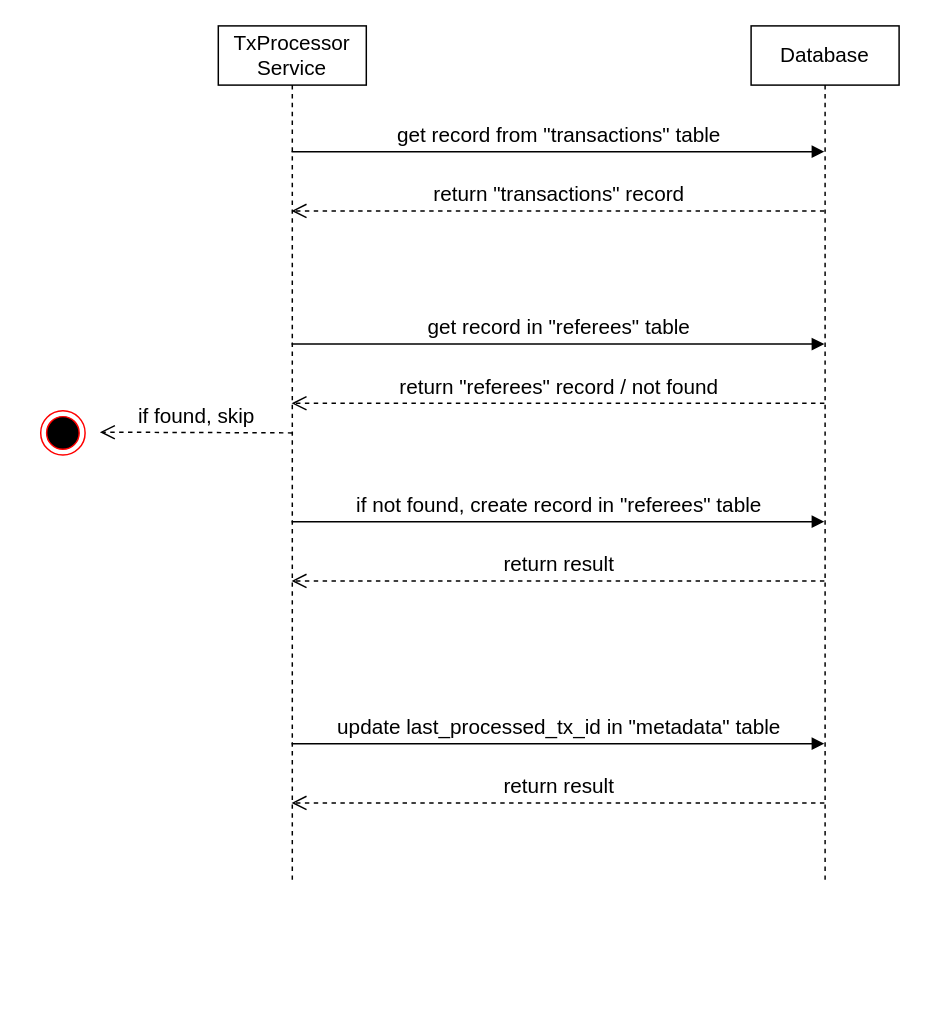
Before: referral-program-v2/[TxProcessor] [No referrer] Sequence Diagram.drawio in piavgh/draw.io-data, a draw.io diagram. Source tidied: cells renumbered, new cells numbered last; positions are measured from the earlier drawing's top-left corner, leaving out a move shared by most shapes. Both pictures are drawn from the tidied source at 148%, with x=0, y=0 at pixel (40, 25).
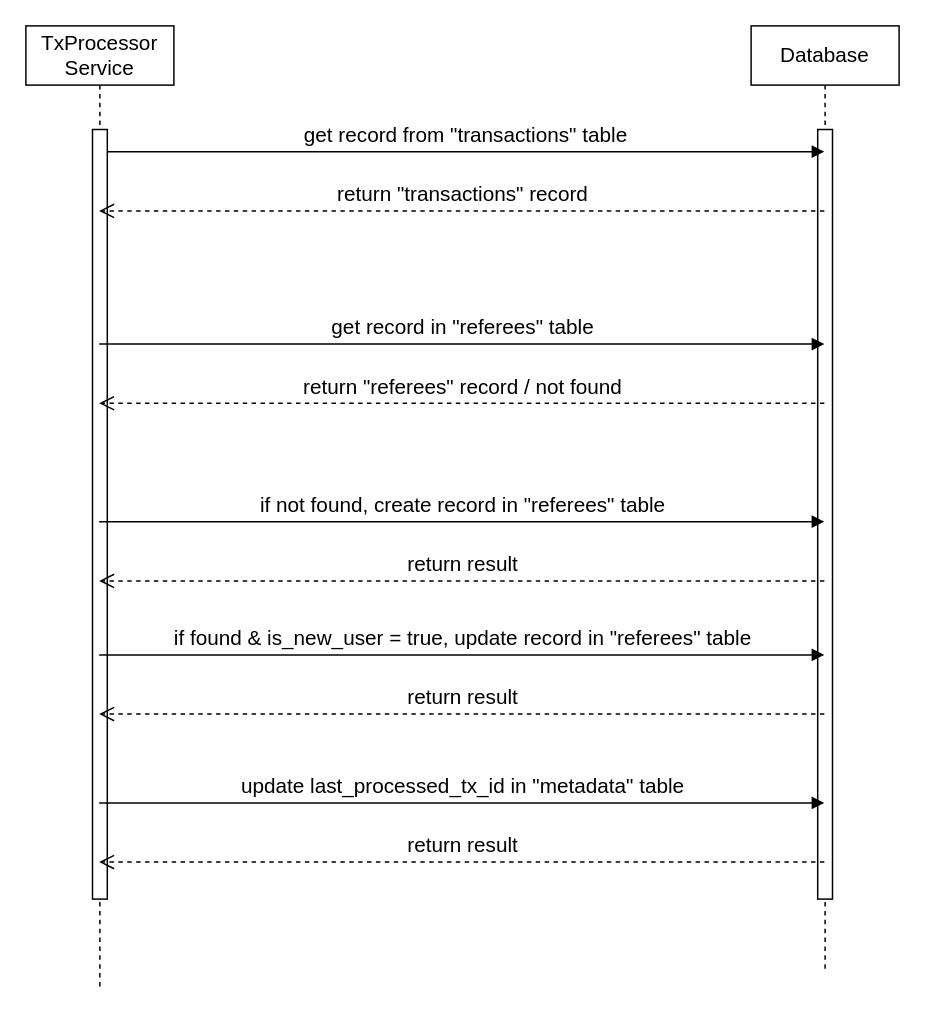
The same page after the edit.

What changed in the source:
```diff
@@
+    <mxCell id="3" value="Database" style="shape=umlLifeline;perimeter=lifelinePerimeter;whiteSpace=wrap;html=1;fontSize=14;" parent="1" vertex="1">
+      <mxGeometry x="480" width="100" height="640" as="geometry" />
+    </mxCell>
+    <mxCell id="14" style="html=1;perimeter=orthogonalPerimeter;" parent="1" vertex="1">
+      <mxGeometry x="525" y="70" width="10" height="520" as="geometry" />
+    </mxCell>
     <mxCell id="2" value="TxProcessor Service" style="shape=umlLifeline;perimeter=lifelinePerimeter;whiteSpace=wrap;html=1;outlineConnect=0;fontSize=14;" parent="1" vertex="1">
-      <mxGeometry x="120" width="100" height="580" as="geometry" />
+      <mxGeometry x="-10" width="100" height="650" as="geometry" />
     </mxCell>
-    <mxCell id="3" value="Database" style="shape=umlLifeline;perimeter=lifelinePerimeter;whiteSpace=wrap;html=1;fontSize=14;" parent="1" vertex="1">
-      <mxGeometry x="480" width="100" height="580" as="geometry" />
-    </mxCell>
+    <mxCell id="15" style="html=1;points=[];perimeter=orthogonalPerimeter;" parent="1" vertex="1">
+      <mxGeometry x="35" y="70" width="10" height="520" as="geometry" />
+    </mxCell>
-    <mxCell id="4" value="get record from &quot;transactions&quot; table" style="html=1;verticalAlign=bottom;endArrow=block;rounded=0;fontSize=14;" parent="1" edge="1">
+    <mxCell id="4" value="get record from &quot;transactions&quot; table" style="html=1;verticalAlign=bottom;endArrow=block;rounded=0;fontSize=14;startArrow=none;" parent="1" edge="1" source="15">
       <mxGeometry relative="1" as="geometry">
-        <mxPoint x="169.5" y="85" as="sourcePoint" />
         <mxPoint x="529.5" y="85" as="targetPoint" />
       </mxGeometry>
     </mxCell>
-    <mxCell id="5" value="return &quot;transactions&quot; record" style="html=1;verticalAlign=bottom;endArrow=open;dashed=1;endSize=8;rounded=0;fontSize=14;" parent="1" edge="1">
+    <mxCell id="5" value="return &quot;transactions&quot; record" style="html=1;verticalAlign=bottom;endArrow=open;dashed=1;endSize=8;rounded=0;fontSize=14;" parent="1" edge="1" target="2">
       <mxGeometry relative="1" as="geometry">
         <mxPoint x="529.5" y="125" as="sourcePoint" />
-        <mxPoint x="169.5" y="125" as="targetPoint" />
       </mxGeometry>
     </mxCell>
-    <mxCell id="6" value="return &quot;referees&quot; record / not found" style="html=1;verticalAlign=bottom;endArrow=open;dashed=1;endSize=8;rounded=0;fontSize=14;" parent="1" edge="1">
+    <mxCell id="6" value="return &quot;referees&quot; record / not found" style="html=1;verticalAlign=bottom;endArrow=open;dashed=1;endSize=8;rounded=0;fontSize=14;" parent="1" edge="1" target="2">
       <mxGeometry relative="1" as="geometry">
         <mxPoint x="529.5" y="255" as="sourcePoint" />
-        <mxPoint x="169.5" y="255" as="targetPoint" />
       </mxGeometry>
     </mxCell>
-    <mxCell id="7" value="get record in &quot;referees&quot; table" style="html=1;verticalAlign=bottom;endArrow=block;rounded=0;fontSize=14;" parent="1" edge="1">
+    <mxCell id="7" value="get record in &quot;referees&quot; table" style="html=1;verticalAlign=bottom;endArrow=block;rounded=0;fontSize=14;" parent="1" edge="1" source="2">
       <mxGeometry relative="1" as="geometry">
-        <mxPoint x="169.5" y="215" as="sourcePoint" />
         <mxPoint x="529.5" y="215" as="targetPoint" />
       </mxGeometry>
     </mxCell>
     <mxCell id="8" value="update last_processed_tx_id in &quot;metadata&quot; table" style="html=1;verticalAlign=bottom;endArrow=block;rounded=0;fontSize=14;" parent="1" edge="1">
       <mxGeometry relative="1" as="geometry">
-        <mxPoint x="169.5" y="485" as="sourcePoint" />
-        <mxPoint x="529.5" y="485" as="targetPoint" />
+        <mxPoint x="39.5" y="525" as="sourcePoint" />
+        <mxPoint x="529.5" y="525" as="targetPoint" />
       </mxGeometry>
     </mxCell>
     <mxCell id="9" value="return result" style="html=1;verticalAlign=bottom;endArrow=open;dashed=1;endSize=8;rounded=0;fontSize=14;" parent="1" edge="1">
       <mxGeometry relative="1" as="geometry">
-        <mxPoint x="529.5" y="525" as="sourcePoint" />
-        <mxPoint x="169.5" y="525" as="targetPoint" />
+        <mxPoint x="529.5" y="565" as="sourcePoint" />
+        <mxPoint x="39.5" y="565" as="targetPoint" />
       </mxGeometry>
     </mxCell>
-    <mxCell id="10" style="ellipse;html=1;shape=endState;fillColor=#000000;strokeColor=#ff0000;" parent="1" vertex="1">
-      <mxGeometry y="260" width="30" height="30" as="geometry" />
-    </mxCell>
-    <mxCell id="11" value="if found, skip" style="html=1;verticalAlign=bottom;endArrow=open;dashed=1;endSize=8;rounded=0;fontSize=14;" parent="1" edge="1">
-      <mxGeometry relative="1" as="geometry">
-        <mxPoint x="170" y="275" as="sourcePoint" />
-        <mxPoint x="40" y="274.5" as="targetPoint" />
-      </mxGeometry>
-    </mxCell>
-    <mxCell id="12" value="if not found, create record in &quot;referees&quot; table" style="html=1;verticalAlign=bottom;endArrow=block;rounded=0;fontSize=14;" parent="1" edge="1">
+    <mxCell id="12" value="if not found, create record in &quot;referees&quot; table" style="html=1;verticalAlign=bottom;endArrow=block;rounded=0;fontSize=14;" parent="1" edge="1" source="2">
       <mxGeometry relative="1" as="geometry">
-        <mxPoint x="169.5" y="335" as="sourcePoint" />
         <mxPoint x="529.5" y="335" as="targetPoint" />
       </mxGeometry>
     </mxCell>
-    <mxCell id="13" value="return result" style="html=1;verticalAlign=bottom;endArrow=open;dashed=1;endSize=8;rounded=0;fontSize=14;" parent="1" edge="1">
+    <mxCell id="13" value="return result" style="html=1;verticalAlign=bottom;endArrow=open;dashed=1;endSize=8;rounded=0;fontSize=14;" parent="1" edge="1" target="2">
       <mxGeometry relative="1" as="geometry">
         <mxPoint x="529.5" y="375" as="sourcePoint" />
-        <mxPoint x="169.5" y="375" as="targetPoint" />
       </mxGeometry>
     </mxCell>
+    <mxCell id="16" value="if found &amp;amp; is_new_user = true, update record in &quot;referees&quot; table" style="html=1;verticalAlign=bottom;endArrow=block;rounded=0;fontSize=14;" parent="1" edge="1" source="2">
+      <mxGeometry relative="1" as="geometry">
+        <mxPoint x="529.5" y="425" as="targetPoint" />
+      </mxGeometry>
+    </mxCell>
+    <mxCell id="17" value="return result" style="html=1;verticalAlign=bottom;endArrow=open;dashed=1;endSize=8;rounded=0;fontSize=14;" parent="1" edge="1">
+      <mxGeometry relative="1" as="geometry">
+        <mxPoint x="529.5" y="465" as="sourcePoint" />
+        <mxPoint x="39.5" y="465" as="targetPoint" />
+      </mxGeometry>
+    </mxCell>
+    <mxCell id="18" style="html=1;verticalAlign=bottom;endArrow=none;rounded=0;fontSize=14;" parent="1" edge="1" source="2" target="15">
+      <mxGeometry relative="1" as="geometry" />
+    </mxCell>
```
